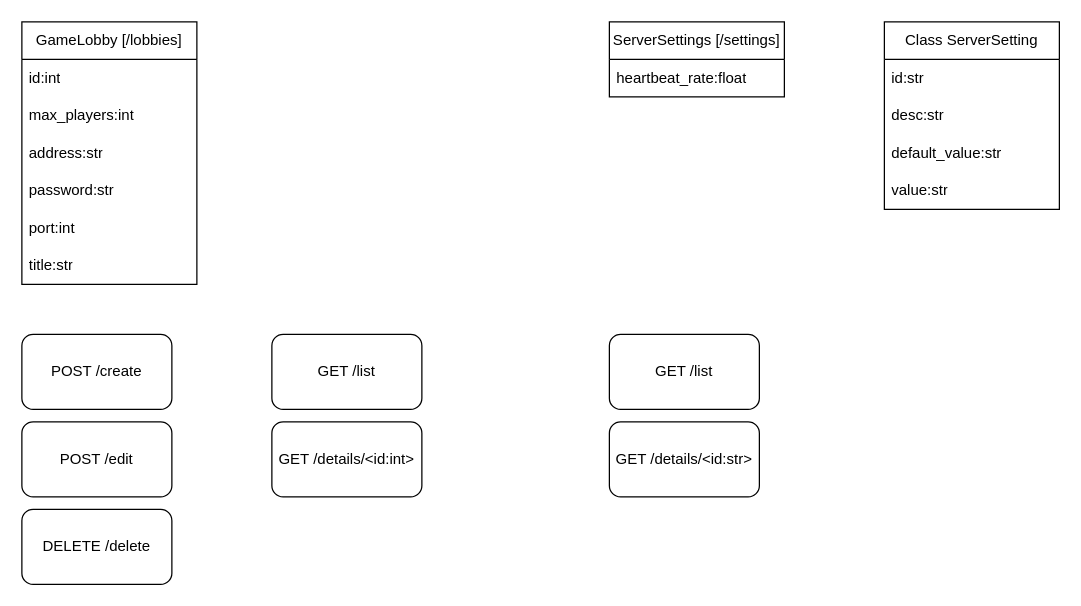
The draw.io diagram overview.drawio in simonkuhlo/Duels1895-Discovery-Server, before the edit. Source tidied: cells renumbered, new cells numbered last; positions are measured from the earlier drawing's top-left corner, leaving out a move shared by most shapes. Both pictures are drawn from the tidied source at 125%, with x=0, y=0 at pixel (21, 21).
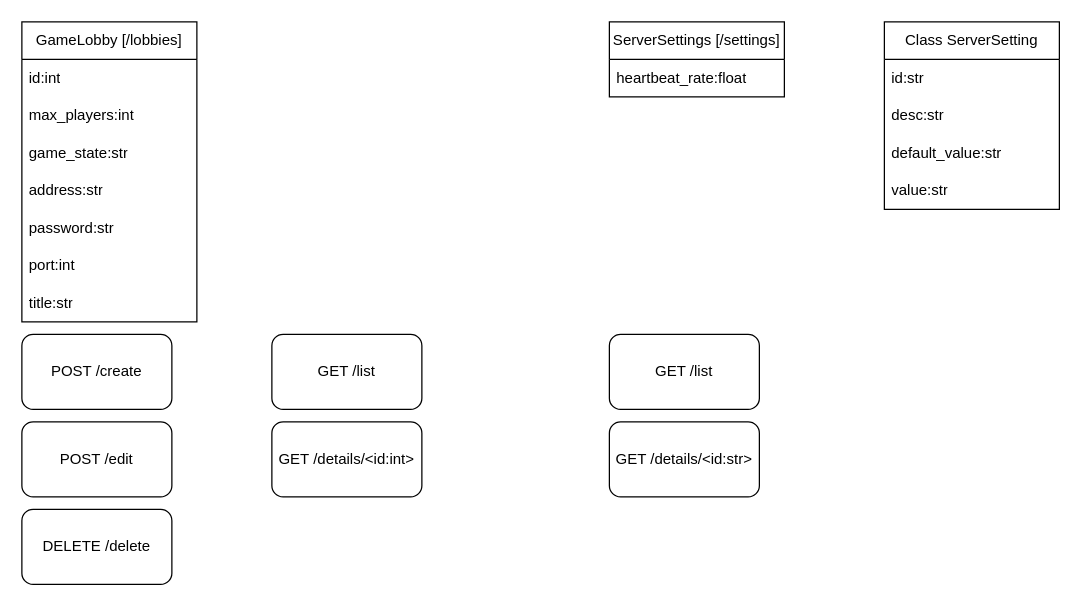
Above is the later version.

What changed in the source:
```diff
@@
     <mxCell id="2" value="GameLobby [/lobbies]" style="swimlane;fontStyle=0;horizontal=1;startSize=30;whiteSpace=wrap;html=1;" parent="1" vertex="1">
-      <mxGeometry width="140" height="210" as="geometry" />
+      <mxGeometry width="140" height="240" as="geometry" />
     </mxCell>
@@
+    <mxCell id="23" value="game_state:str" style="text;strokeColor=none;fillColor=none;align=left;verticalAlign=middle;spacingLeft=4;spacingRight=4;overflow=hidden;whiteSpace=wrap;html=1;" parent="2" vertex="1">
+      <mxGeometry y="90" width="140" height="30" as="geometry" />
+    </mxCell>
     <mxCell id="5" value="address:str" style="text;strokeColor=none;fillColor=none;align=left;verticalAlign=middle;spacingLeft=4;spacingRight=4;overflow=hidden;whiteSpace=wrap;html=1;" parent="2" vertex="1">
-      <mxGeometry y="90" width="140" height="30" as="geometry" />
+      <mxGeometry y="120" width="140" height="30" as="geometry" />
     </mxCell>
     <mxCell id="6" value="password:str" style="text;strokeColor=none;fillColor=none;align=left;verticalAlign=middle;spacingLeft=4;spacingRight=4;overflow=hidden;whiteSpace=wrap;html=1;" parent="2" vertex="1">
-      <mxGeometry y="120" width="140" height="30" as="geometry" />
+      <mxGeometry y="150" width="140" height="30" as="geometry" />
     </mxCell>
     <mxCell id="7" value="port:int" style="text;strokeColor=none;fillColor=none;align=left;verticalAlign=middle;spacingLeft=4;spacingRight=4;overflow=hidden;whiteSpace=wrap;html=1;" parent="2" vertex="1">
-      <mxGeometry y="150" width="140" height="30" as="geometry" />
+      <mxGeometry y="180" width="140" height="30" as="geometry" />
     </mxCell>
     <mxCell id="8" value="title:str" style="text;strokeColor=none;fillColor=none;align=left;verticalAlign=middle;spacingLeft=4;spacingRight=4;overflow=hidden;whiteSpace=wrap;html=1;" parent="2" vertex="1">
-      <mxGeometry y="180" width="140" height="30" as="geometry" />
+      <mxGeometry y="210" width="140" height="30" as="geometry" />
     </mxCell>
```
